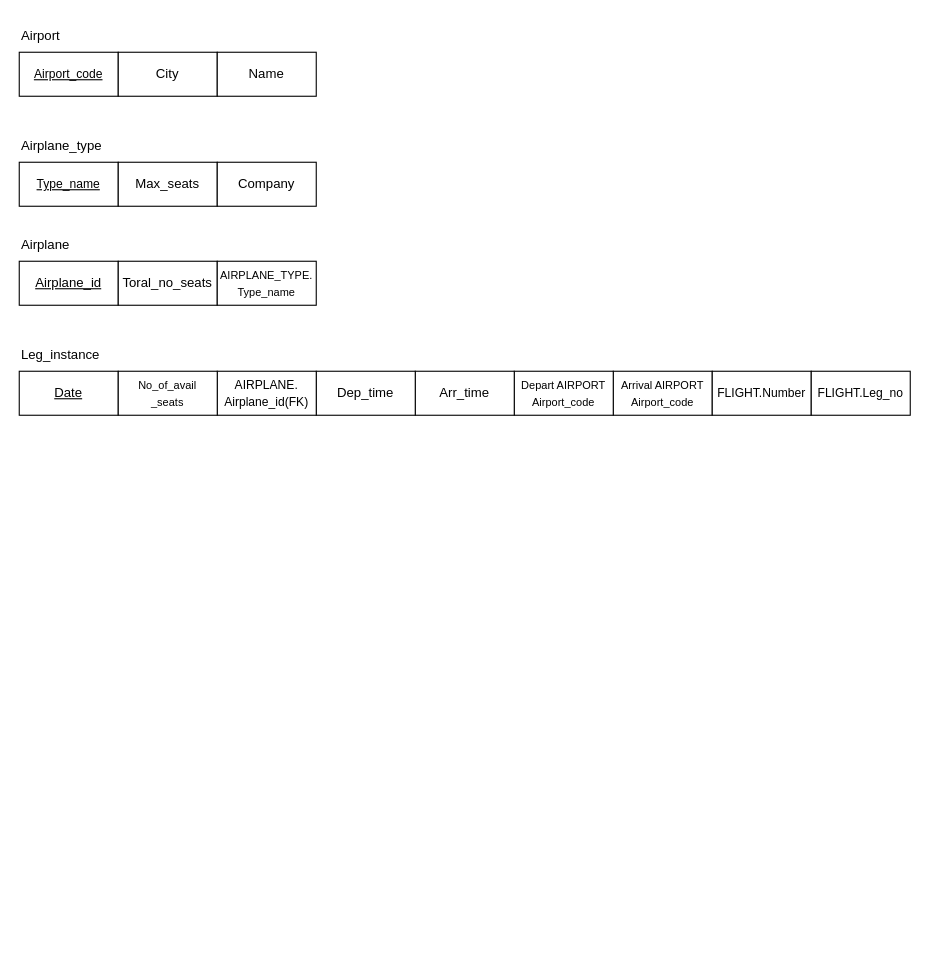
This is Guião3/ex3_2c.drawio from rtavares018/BD, a draw.io file, before an edit. Source tidied: cells renumbered, new cells numbered last; positions are measured from the earlier drawing's top-left corner, leaving out a move shared by most shapes. Both pictures are drawn from the tidied source at 110%, with x=0, y=0 at pixel (19, 19).
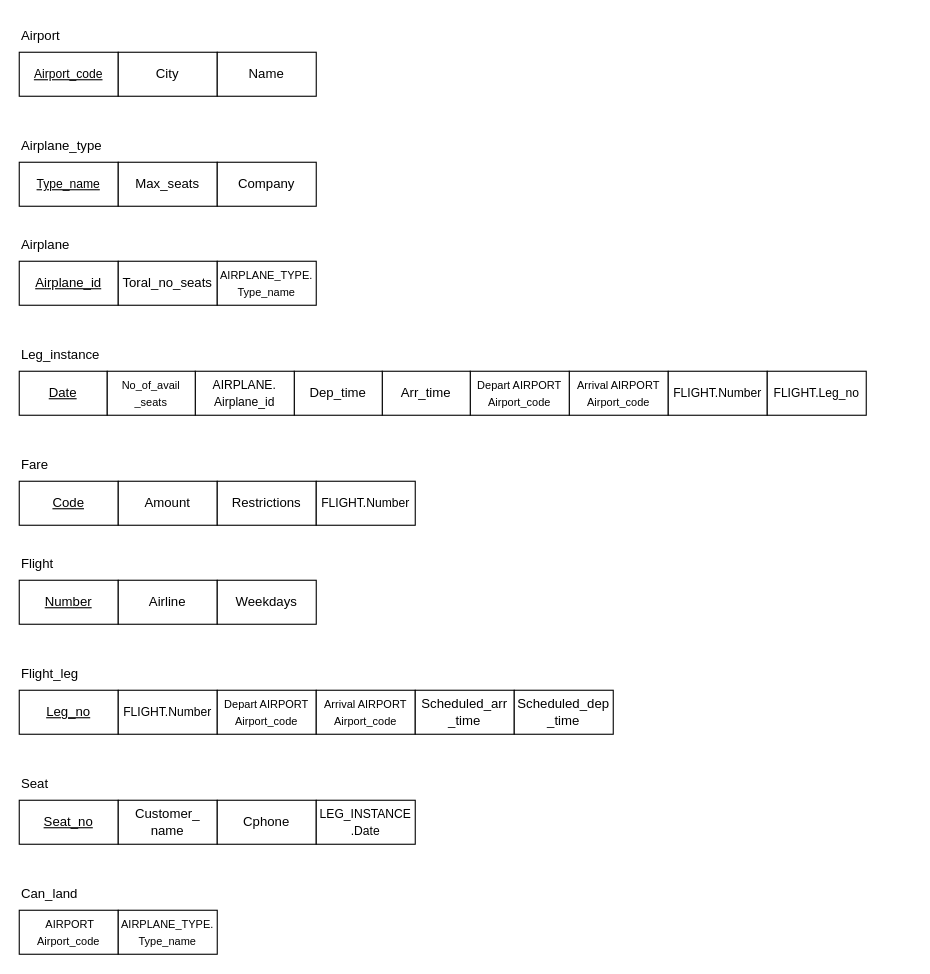
After the change.

The edit, as a diff of the source:
```diff
@@
     <mxCell id="14" value="&lt;u&gt;Date&lt;/u&gt;" style="whiteSpace=wrap;html=1;align=center;" parent="1" vertex="1">
-      <mxGeometry y="320" width="90" height="40" as="geometry" />
+      <mxGeometry y="320" width="80" height="40" as="geometry" />
     </mxCell>
     <mxCell id="15" value="&lt;span style=&quot;font-size: 10px;&quot;&gt;Arrival AIRPORT&lt;/span&gt;&lt;br style=&quot;font-size: 10px;&quot;&gt;&lt;span style=&quot;font-size: 10px;&quot;&gt;Airport_code&lt;/span&gt;" style="whiteSpace=wrap;html=1;align=center;" parent="1" vertex="1">
-      <mxGeometry x="540" y="320" width="90" height="40" as="geometry" />
+      <mxGeometry x="500" y="320" width="90" height="40" as="geometry" />
     </mxCell>
     <mxCell id="16" value="&lt;font style=&quot;font-size: 10px;&quot;&gt;Depart AIRPORT&lt;br&gt;Airport_code&lt;/font&gt;" style="whiteSpace=wrap;html=1;align=center;" parent="1" vertex="1">
-      <mxGeometry x="450" y="320" width="90" height="40" as="geometry" />
+      <mxGeometry x="410" y="320" width="90" height="40" as="geometry" />
     </mxCell>
     <mxCell id="17" value="Arr_time" style="whiteSpace=wrap;html=1;align=center;" parent="1" vertex="1">
-      <mxGeometry x="360" y="320" width="90" height="40" as="geometry" />
+      <mxGeometry x="330" y="320" width="80" height="40" as="geometry" />
     </mxCell>
     <mxCell id="18" value="Dep_time" style="whiteSpace=wrap;html=1;align=center;" parent="1" vertex="1">
-      <mxGeometry x="270" y="320" width="90" height="40" as="geometry" />
+      <mxGeometry x="250" y="320" width="80" height="40" as="geometry" />
     </mxCell>
-    <mxCell id="19" value="&lt;font style=&quot;font-size: 11px;&quot;&gt;AIRPLANE.&lt;br&gt;Airplane_id(FK)&lt;/font&gt;" style="whiteSpace=wrap;html=1;align=center;" parent="1" vertex="1">
-      <mxGeometry x="180" y="320" width="90" height="40" as="geometry" />
+    <mxCell id="19" value="&lt;font style=&quot;font-size: 11px;&quot;&gt;AIRPLANE.&lt;br&gt;Airplane_id&lt;/font&gt;" style="whiteSpace=wrap;html=1;align=center;" parent="1" vertex="1">
+      <mxGeometry x="160" y="320" width="90" height="40" as="geometry" />
     </mxCell>
     <mxCell id="20" value="&lt;font style=&quot;font-size: 10px;&quot;&gt;No_of_avail&lt;br&gt;_seats&lt;/font&gt;" style="whiteSpace=wrap;html=1;align=center;" parent="1" vertex="1">
-      <mxGeometry x="90" y="320" width="90" height="40" as="geometry" />
+      <mxGeometry x="80" y="320" width="80" height="40" as="geometry" />
     </mxCell>
     <mxCell id="21" value="&lt;font style=&quot;font-size: 11px;&quot;&gt;FLIGHT.Number&lt;/font&gt;" style="whiteSpace=wrap;html=1;align=center;" parent="1" vertex="1">
-      <mxGeometry x="630" y="320" width="90" height="40" as="geometry" />
+      <mxGeometry x="590" y="320" width="90" height="40" as="geometry" />
     </mxCell>
-    <mxCell id="22" value="Leg_instance" style="text;html=1;align=left;verticalAlign=middle;whiteSpace=wrap;rounded=0;" parent="1" vertex="1">
-      <mxGeometry y="290" width="80" height="30" as="geometry" />
+    <mxCell id="22" value="Fare" style="text;html=1;align=left;verticalAlign=middle;whiteSpace=wrap;rounded=0;" parent="1" vertex="1">
+      <mxGeometry y="390" width="80" height="30" as="geometry" />
     </mxCell>
     <mxCell id="23" value="&lt;font style=&quot;font-size: 11px;&quot;&gt;FLIGHT.Leg_no&lt;/font&gt;" style="whiteSpace=wrap;html=1;align=center;" parent="1" vertex="1">
-      <mxGeometry x="720" y="320" width="90" height="40" as="geometry" />
+      <mxGeometry x="680" y="320" width="90" height="40" as="geometry" />
     </mxCell>
+    <mxCell id="24" value="Leg_instance" style="text;html=1;align=left;verticalAlign=middle;whiteSpace=wrap;rounded=0;" parent="1" vertex="1">
+      <mxGeometry y="290" width="80" height="30" as="geometry" />
+    </mxCell>
+    <mxCell id="25" value="&lt;u&gt;Code&lt;/u&gt;" style="whiteSpace=wrap;html=1;align=center;" parent="1" vertex="1">
+      <mxGeometry y="420" width="90" height="40" as="geometry" />
+    </mxCell>
+    <mxCell id="26" value="Amount" style="whiteSpace=wrap;html=1;align=center;" parent="1" vertex="1">
+      <mxGeometry x="90" y="420" width="90" height="40" as="geometry" />
+    </mxCell>
+    <mxCell id="27" value="Restrictions" style="whiteSpace=wrap;html=1;align=center;" parent="1" vertex="1">
+      <mxGeometry x="180" y="420" width="90" height="40" as="geometry" />
+    </mxCell>
+    <mxCell id="28" value="&lt;font style=&quot;font-size: 11px;&quot;&gt;FLIGHT.Number&lt;/font&gt;" style="whiteSpace=wrap;html=1;align=center;" parent="1" vertex="1">
+      <mxGeometry x="270" y="420" width="90" height="40" as="geometry" />
+    </mxCell>
+    <mxCell id="29" value="Flight" style="text;html=1;align=left;verticalAlign=middle;whiteSpace=wrap;rounded=0;" parent="1" vertex="1">
+      <mxGeometry y="480" width="80" height="30" as="geometry" />
+    </mxCell>
+    <mxCell id="30" value="&lt;u&gt;Number&lt;/u&gt;" style="whiteSpace=wrap;html=1;align=center;" parent="1" vertex="1">
+      <mxGeometry y="510" width="90" height="40" as="geometry" />
+    </mxCell>
+    <mxCell id="31" value="Airline" style="whiteSpace=wrap;html=1;align=center;" parent="1" vertex="1">
+      <mxGeometry x="90" y="510" width="90" height="40" as="geometry" />
+    </mxCell>
+    <mxCell id="32" value="Weekdays" style="whiteSpace=wrap;html=1;align=center;" parent="1" vertex="1">
+      <mxGeometry x="180" y="510" width="90" height="40" as="geometry" />
+    </mxCell>
+    <mxCell id="33" value="&lt;u&gt;Leg_no&lt;/u&gt;" style="whiteSpace=wrap;html=1;align=center;" parent="1" vertex="1">
+      <mxGeometry y="610" width="90" height="40" as="geometry" />
+    </mxCell>
+    <mxCell id="34" value="Flight_leg" style="text;html=1;align=left;verticalAlign=middle;whiteSpace=wrap;rounded=0;" parent="1" vertex="1">
+      <mxGeometry y="580" width="80" height="30" as="geometry" />
+    </mxCell>
+    <mxCell id="35" value="&lt;font style=&quot;font-size: 11px;&quot;&gt;FLIGHT.Number&lt;/font&gt;" style="whiteSpace=wrap;html=1;align=center;" parent="1" vertex="1">
+      <mxGeometry x="90" y="610" width="90" height="40" as="geometry" />
+    </mxCell>
+    <mxCell id="36" value="&lt;font style=&quot;font-size: 10px;&quot;&gt;Depart AIRPORT&lt;br&gt;Airport_code&lt;/font&gt;" style="whiteSpace=wrap;html=1;align=center;" parent="1" vertex="1">
+      <mxGeometry x="180" y="610" width="90" height="40" as="geometry" />
+    </mxCell>
+    <mxCell id="37" value="&lt;span style=&quot;font-size: 10px;&quot;&gt;Arrival AIRPORT&lt;/span&gt;&lt;br style=&quot;font-size: 10px;&quot;&gt;&lt;span style=&quot;font-size: 10px;&quot;&gt;Airport_code&lt;/span&gt;" style="whiteSpace=wrap;html=1;align=center;" parent="1" vertex="1">
+      <mxGeometry x="270" y="610" width="90" height="40" as="geometry" />
+    </mxCell>
+    <mxCell id="38" value="Scheduled_arr&lt;br&gt;_time" style="whiteSpace=wrap;html=1;align=center;" parent="1" vertex="1">
+      <mxGeometry x="360" y="610" width="90" height="40" as="geometry" />
+    </mxCell>
+    <mxCell id="39" value="Scheduled_dep&lt;br&gt;_time" style="whiteSpace=wrap;html=1;align=center;" parent="1" vertex="1">
+      <mxGeometry x="450" y="610" width="90" height="40" as="geometry" />
+    </mxCell>
+    <mxCell id="40" value="Seat" style="text;html=1;align=left;verticalAlign=middle;whiteSpace=wrap;rounded=0;" parent="1" vertex="1">
+      <mxGeometry y="680" width="80" height="30" as="geometry" />
+    </mxCell>
+    <mxCell id="41" value="&lt;u&gt;Seat_no&lt;/u&gt;" style="whiteSpace=wrap;html=1;align=center;" parent="1" vertex="1">
+      <mxGeometry y="710" width="90" height="40" as="geometry" />
+    </mxCell>
+    <mxCell id="42" value="Customer_&lt;br&gt;name" style="whiteSpace=wrap;html=1;align=center;" parent="1" vertex="1">
+      <mxGeometry x="90" y="710" width="90" height="40" as="geometry" />
+    </mxCell>
+    <mxCell id="43" value="Cphone" style="whiteSpace=wrap;html=1;align=center;" parent="1" vertex="1">
+      <mxGeometry x="180" y="710" width="90" height="40" as="geometry" />
+    </mxCell>
+    <mxCell id="44" value="&lt;font style=&quot;font-size: 11px;&quot;&gt;LEG_INSTANCE&lt;br&gt;.Date&lt;/font&gt;" style="whiteSpace=wrap;html=1;align=center;" parent="1" vertex="1">
+      <mxGeometry x="270" y="710" width="90" height="40" as="geometry" />
+    </mxCell>
+    <mxCell id="45" value="Can_land" style="text;html=1;align=left;verticalAlign=middle;whiteSpace=wrap;rounded=0;" parent="1" vertex="1">
+      <mxGeometry y="780" width="80" height="30" as="geometry" />
+    </mxCell>
+    <mxCell id="46" value="&lt;font style=&quot;font-size: 10px;&quot;&gt;&amp;nbsp;AIRPORT&lt;br&gt;Airport_code&lt;/font&gt;" style="whiteSpace=wrap;html=1;align=center;" parent="1" vertex="1">
+      <mxGeometry y="810" width="90" height="40" as="geometry" />
+    </mxCell>
+    <mxCell id="47" value="&lt;font style=&quot;font-size: 10px;&quot;&gt;AIRPLANE_TYPE.&lt;br&gt;Type_name&lt;/font&gt;" style="whiteSpace=wrap;html=1;align=center;" parent="1" vertex="1">
+      <mxGeometry x="90" y="810" width="90" height="40" as="geometry" />
+    </mxCell>
```
